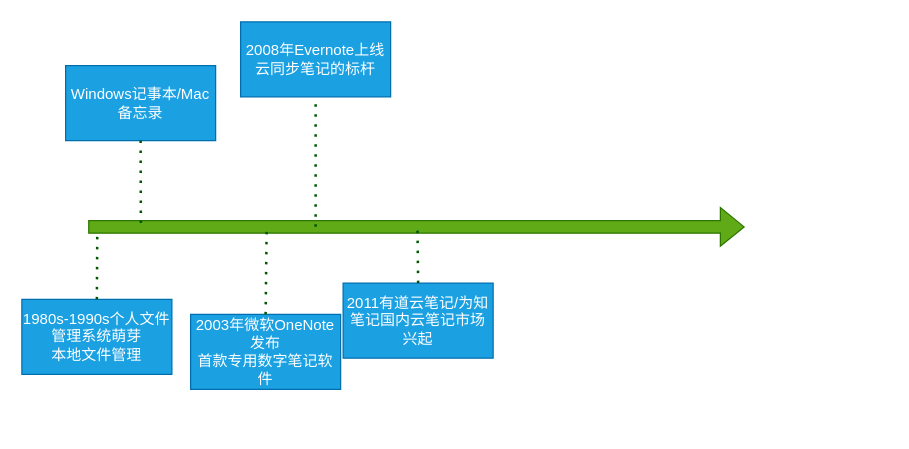
This is 笔记发展史.drawio from SeekLife0/diagrams, a draw.io file, before an edit. Source tidied: cells renumbered, new cells numbered last; positions are measured from the earlier drawing's top-left corner, leaving out a move shared by most shapes. Both pictures are drawn from the tidied source at 125%, with x=0, y=0 at pixel (21, 21).
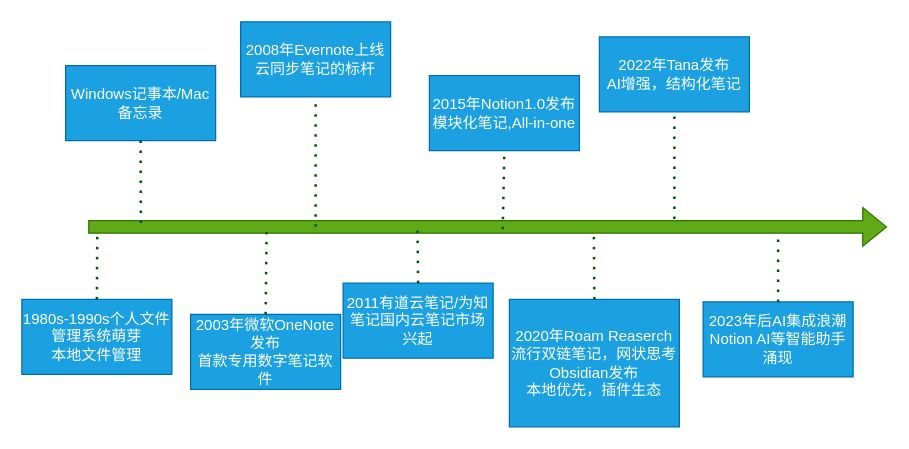
The same page after the edit.

Commit message:
更新笔记发展史.drawio

Diff of the diagram source:
```diff
@@
     <mxCell id="2" style="shape=flexArrow;endArrow=classic;html=1;rounded=0;fillColor=#60a917;strokeColor=#2D7600;" parent="1" edge="1">
       <mxGeometry relative="1" as="geometry">
         <mxPoint x="53" y="164" as="sourcePoint" />
-        <mxPoint x="578.3" y="164" as="targetPoint" />
+        <mxPoint x="692.2" y="164" as="targetPoint" />
       </mxGeometry>
     </mxCell>
@@
+    <mxCell id="13" value="2015年Notion1.0发布&lt;div&gt;模块化笔记,All-in-one&lt;/div&gt;" style="rounded=0;whiteSpace=wrap;html=1;fillColor=#1ba1e2;fontColor=#ffffff;strokeColor=#006EAF;" parent="1" vertex="1">
+      <mxGeometry x="326" y="43" width="120" height="60" as="geometry" />
+    </mxCell>
+    <mxCell id="14" style="endArrow=none;dashed=1;html=1;dashPattern=1 3;strokeWidth=2;rounded=0;fillColor=#008a00;strokeColor=#005700;entryX=0.5;entryY=1;entryDx=0;entryDy=0;" parent="1" edge="1" target="13">
+      <mxGeometry relative="1" as="geometry">
+        <mxPoint x="384.7" y="165.9" as="sourcePoint" />
+      </mxGeometry>
+    </mxCell>
+    <mxCell id="15" value="2020年Roam Reaserch流行双链笔记，网状思考&lt;div&gt;Obsidian发布&lt;/div&gt;&lt;div&gt;本地优先，插件生态&lt;/div&gt;" style="rounded=0;whiteSpace=wrap;html=1;fillColor=#1ba1e2;fontColor=#ffffff;strokeColor=#006EAF;" parent="1" vertex="1">
+      <mxGeometry x="390" y="222" width="136" height="102" as="geometry" />
+    </mxCell>
+    <mxCell id="16" style="endArrow=none;dashed=1;html=1;dashPattern=1 3;strokeWidth=2;rounded=0;fillColor=#008a00;strokeColor=#005700;entryX=0.5;entryY=1;entryDx=0;entryDy=0;exitX=0.5;exitY=0;exitDx=0;exitDy=0;" parent="1" edge="1" source="15">
+      <mxGeometry relative="1" as="geometry">
+        <mxPoint x="457.6" y="171.1" as="targetPoint" />
+      </mxGeometry>
+    </mxCell>
+    <mxCell id="17" value="2022年Tana发布&lt;div&gt;AI增强，结构化笔记&lt;/div&gt;" style="rounded=0;whiteSpace=wrap;html=1;fillColor=#1ba1e2;fontColor=#ffffff;strokeColor=#006EAF;" parent="1" vertex="1">
+      <mxGeometry x="462" y="12" width="120" height="60" as="geometry" />
+    </mxCell>
+    <mxCell id="18" style="endArrow=none;dashed=1;html=1;dashPattern=1 3;strokeWidth=2;rounded=0;fillColor=#008a00;strokeColor=#005700;entryX=0.5;entryY=1;entryDx=0;entryDy=0;" parent="1" edge="1" target="17">
+      <mxGeometry relative="1" as="geometry">
+        <mxPoint x="522" y="157.6" as="sourcePoint" />
+      </mxGeometry>
+    </mxCell>
+    <mxCell id="19" value="2023年后AI集成浪潮&lt;div&gt;Notion AI等智能助手涌现&lt;/div&gt;" style="rounded=0;whiteSpace=wrap;html=1;fillColor=#1ba1e2;fontColor=#ffffff;strokeColor=#006EAF;" parent="1" vertex="1">
+      <mxGeometry x="545" y="224" width="120" height="60" as="geometry" />
+    </mxCell>
+    <mxCell id="20" style="endArrow=none;dashed=1;html=1;dashPattern=1 3;strokeWidth=2;rounded=0;fillColor=#008a00;strokeColor=#005700;exitX=0.5;exitY=0;exitDx=0;exitDy=0;" parent="1" edge="1" source="19">
+      <mxGeometry relative="1" as="geometry">
+        <mxPoint x="605" y="168.6" as="targetPoint" />
+      </mxGeometry>
+    </mxCell>
```
